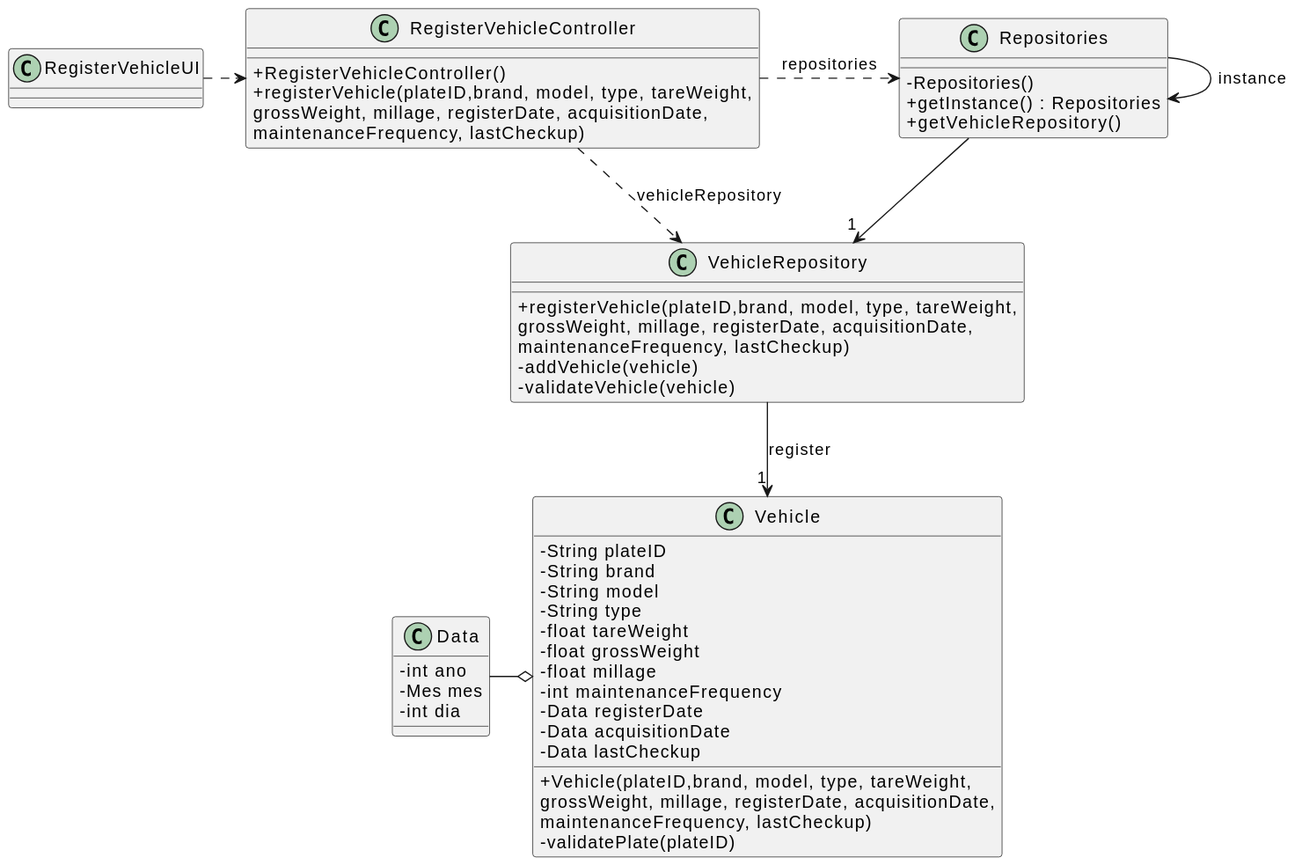
Before: docs/sprintC/us006/03.design/svg/us006-class-diagram.svg, a diagram exported from PlantUML (SAEmanuel/Green_Spaces_Management_ISEP). The source it was exported from:
```plantuml
@startuml
skinparam packageStyle rectangle
skinparam shadowing false
skinparam linetype polyline
skinparam classAttributeIconSize 0



class Vehicle {
    - String plateID
    - String brand
    - String model
    - String type
    - float tareWeight
    - float grossWeight
    - float millage
    - int maintenanceFrequency
    - Data registerDate
    - Data acquisitionDate
    - Data lastCheckup
    + Vehicle(plateID,brand, model, type, tareWeight,\ngrossWeight, millage, registerDate, acquisitionDate,\nmaintenanceFrequency, lastCheckup)
    - validatePlate(plateID)
}


class Data {
    - int ano
    - Mes mes
    - int dia

}


class VehicleRepository {
    + registerVehicle(plateID,brand, model, type, tareWeight,\ngrossWeight, millage, registerDate, acquisitionDate,\nmaintenanceFrequency, lastCheckup)
    - addVehicle(vehicle)
    - validateVehicle(vehicle)
}


class Repositories {
    - Repositories()
    + getInstance() : Repositories
    + getVehicleRepository()
}

class RegisterVehicleController {
    + RegisterVehicleController()
    + registerVehicle(plateID,brand, model, type, tareWeight,\ngrossWeight, millage, registerDate, acquisitionDate,\nmaintenanceFrequency, lastCheckup)
}

class RegisterVehicleUI {
}

RegisterVehicleUI .> RegisterVehicleController

RegisterVehicleController .> Repositories : repositories
Repositories  --> "1 " VehicleRepository
Repositories -> Repositories : instance

RegisterVehicleController ..>  VehicleRepository : vehicleRepository

VehicleRepository  --> "1" Vehicle : register
Data -o Vehicle
@enduml
```
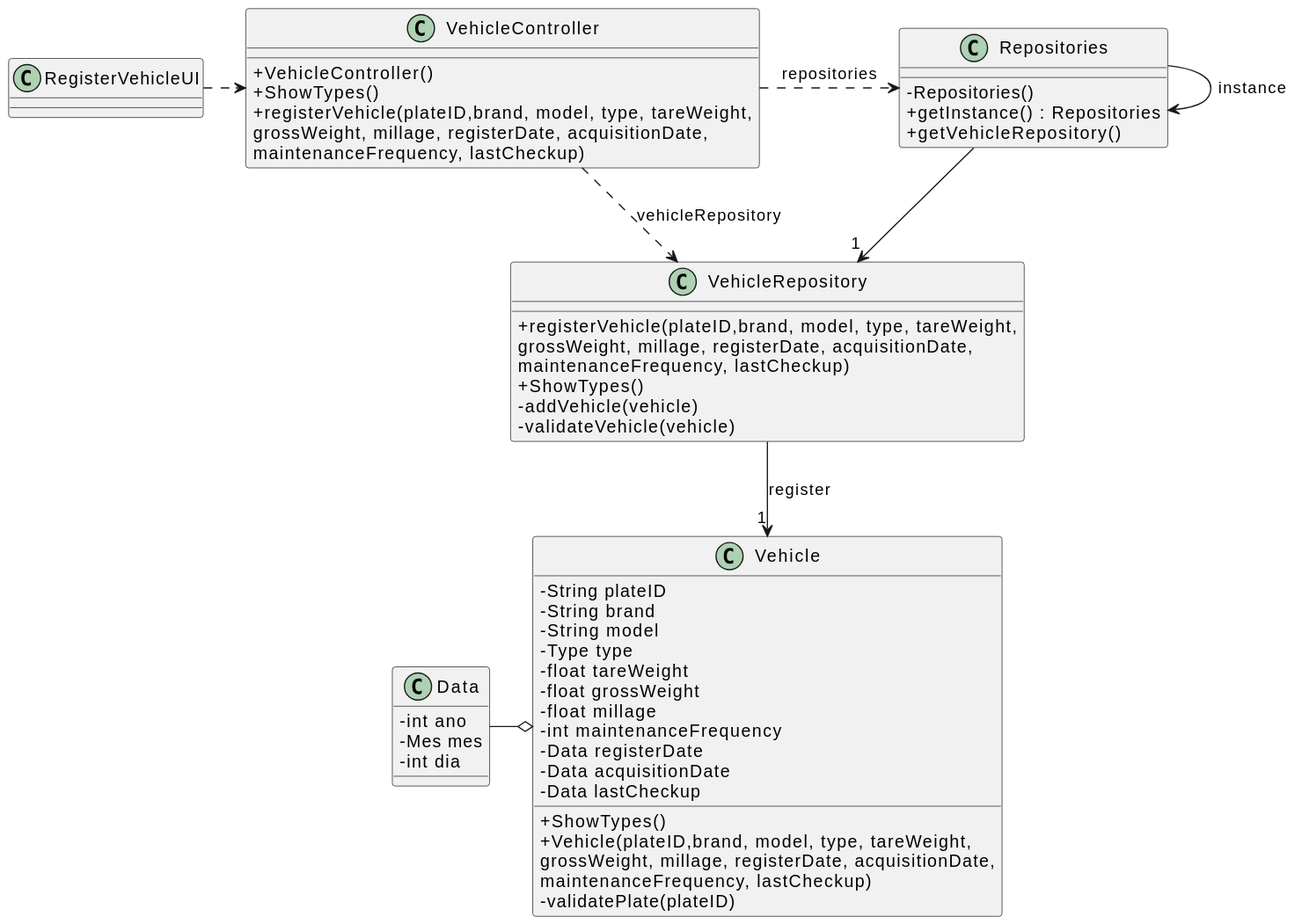
The same diagram one commit later.

The edit, as a diff of the source:
```diff
@@ -10,7 +10,7 @@
     - String plateID
     - String brand
     - String model
-    - String type
+    - Type type
     - float tareWeight
     - float grossWeight
     - float millage
@@ -18,6 +18,7 @@
     - Data registerDate
     - Data acquisitionDate
     - Data lastCheckup
+    + ShowTypes()
     + Vehicle(plateID,brand, model, type, tareWeight,\ngrossWeight, millage, registerDate, acquisitionDate,\nmaintenanceFrequency, lastCheckup)
     - validatePlate(plateID)
 }
@@ -33,6 +34,7 @@
 
 class VehicleRepository {
     + registerVehicle(plateID,brand, model, type, tareWeight,\ngrossWeight, millage, registerDate, acquisitionDate,\nmaintenanceFrequency, lastCheckup)
+    + ShowTypes()
     - addVehicle(vehicle)
     - validateVehicle(vehicle)
 }
@@ -44,21 +46,22 @@
     + getVehicleRepository()
 }
 
-class RegisterVehicleController {
-    + RegisterVehicleController()
+class VehicleController {
+    + VehicleController()
+    + ShowTypes()
     + registerVehicle(plateID,brand, model, type, tareWeight,\ngrossWeight, millage, registerDate, acquisitionDate,\nmaintenanceFrequency, lastCheckup)
 }
 
 class RegisterVehicleUI {
 }
 
-RegisterVehicleUI .> RegisterVehicleController
+RegisterVehicleUI .> VehicleController
 
-RegisterVehicleController .> Repositories : repositories
+VehicleController .> Repositories : repositories
 Repositories  --> "1 " VehicleRepository
 Repositories -> Repositories : instance
 
-RegisterVehicleController ..>  VehicleRepository : vehicleRepository
+VehicleController ..>  VehicleRepository : vehicleRepository
 
 VehicleRepository  --> "1" Vehicle : register
 Data -o Vehicle
```
